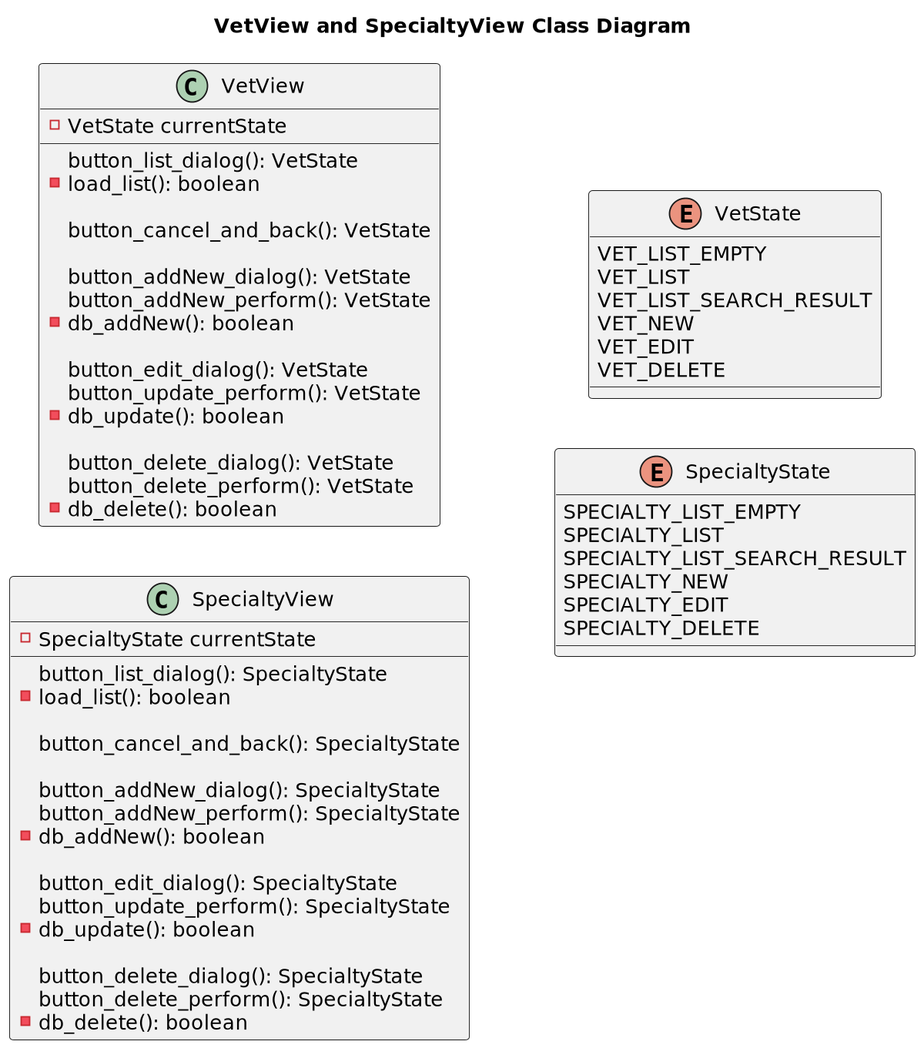
Above: etc/uml/vet/View__Class-VetView_and_SpecialtyView_Class_Diagram.png in Jakarta-EE-Petclinic/petclinic-uml (PlantUML), before the change.
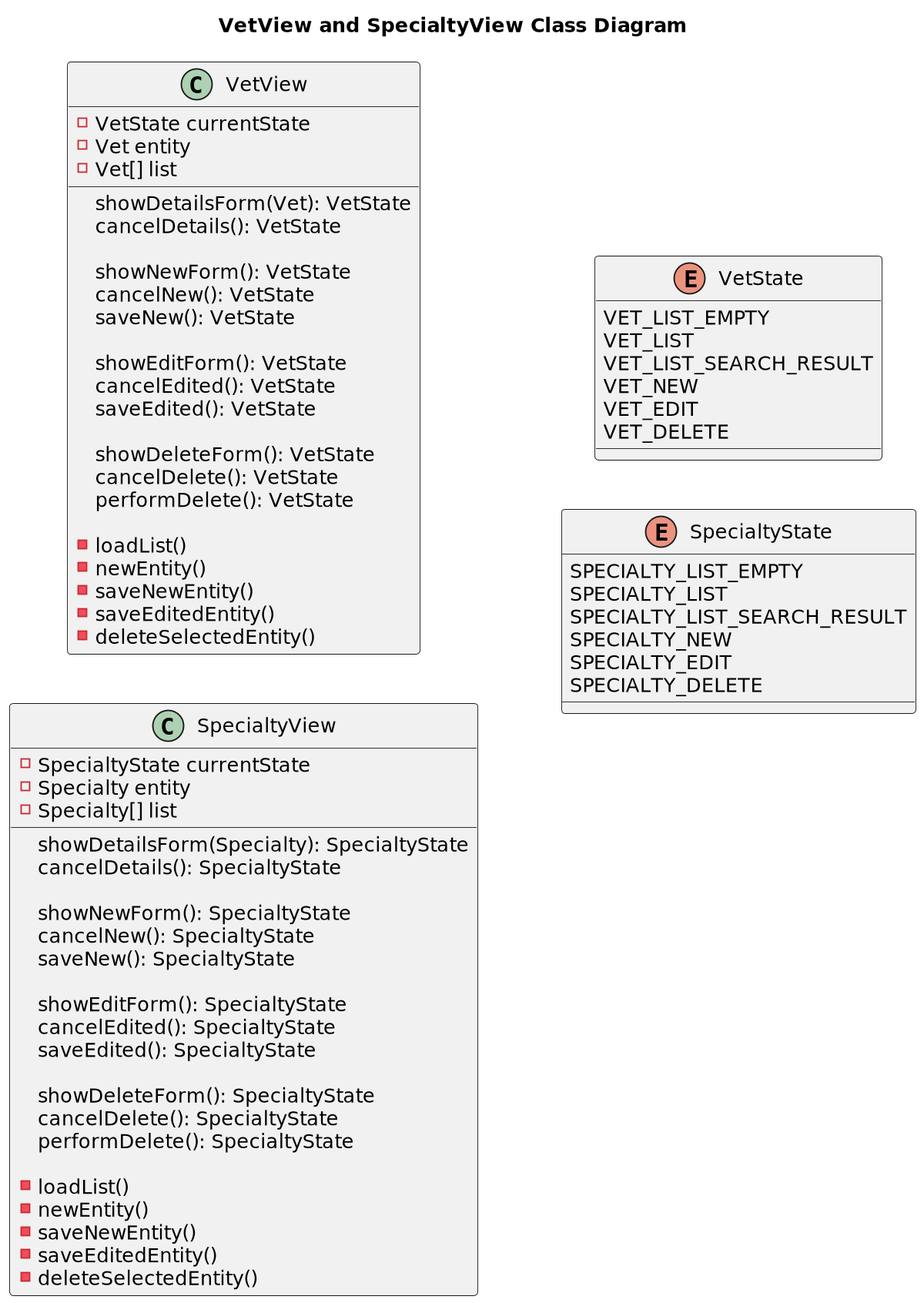
The same file after the commit.

The edit, as a diff of the source:
```diff
@@ -9,45 +9,57 @@
 class VetView {
 
     - VetState currentState
+    - Vet entity
+    - Vet[] list
 
-    button_list_dialog(): VetState
-    - load_list(): boolean
+    showDetailsForm(Vet): VetState
+    cancelDetails(): VetState
 
-    button_cancel_and_back(): VetState
+    showNewForm(): VetState
+    cancelNew(): VetState
+    saveNew(): VetState
 
-    button_addNew_dialog(): VetState
-    button_addNew_perform(): VetState
-    - db_addNew(): boolean
+    showEditForm(): VetState
+    cancelEdited(): VetState
+    saveEdited(): VetState
 
-    button_edit_dialog(): VetState
-    button_update_perform(): VetState
-    - db_update(): boolean
+    showDeleteForm(): VetState
+    cancelDelete(): VetState
+    performDelete(): VetState
 
-    button_delete_dialog(): VetState
-    button_delete_perform(): VetState
-    - db_delete(): boolean
+    - loadList()
+    - newEntity()
+    - saveNewEntity()
+    - saveEditedEntity()
+    - deleteSelectedEntity()
 }
 
 class SpecialtyView {
 
     - SpecialtyState currentState
+    - Specialty entity
+    - Specialty[] list
 
-    button_list_dialog(): SpecialtyState
-    - load_list(): boolean
+    showDetailsForm(Specialty): SpecialtyState
+    cancelDetails(): SpecialtyState
 
-    button_cancel_and_back(): SpecialtyState
+    showNewForm(): SpecialtyState
+    cancelNew(): SpecialtyState
+    saveNew(): SpecialtyState
 
-    button_addNew_dialog(): SpecialtyState
-    button_addNew_perform(): SpecialtyState
-    - db_addNew(): boolean
+    showEditForm(): SpecialtyState
+    cancelEdited(): SpecialtyState
+    saveEdited(): SpecialtyState
 
-    button_edit_dialog(): SpecialtyState
-    button_update_perform(): SpecialtyState
-    - db_update(): boolean
+    showDeleteForm(): SpecialtyState
+    cancelDelete(): SpecialtyState
+    performDelete(): SpecialtyState
 
-    button_delete_dialog(): SpecialtyState
-    button_delete_perform(): SpecialtyState
-    - db_delete(): boolean
+    - loadList()
+    - newEntity()
+    - saveNewEntity()
+    - saveEditedEntity()
+    - deleteSelectedEntity()
 }
 
 enum VetState {
```
